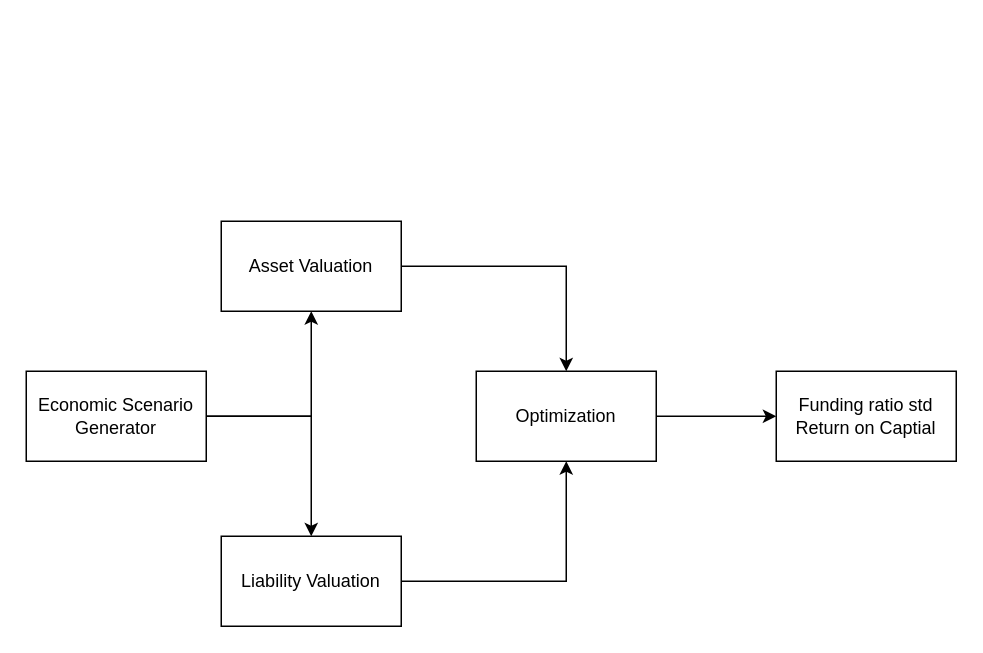
The draw.io diagram ALM_AssetAllocation.drawio in cshen28/reinforcement-learning-an-introduction, before the edit. Source tidied: cells renumbered, new cells numbered last; positions are measured from the earlier drawing's top-left corner, leaving out a move shared by most shapes. Both pictures are drawn from the tidied source at 150%, with x=0, y=0 at pixel (26, 220).
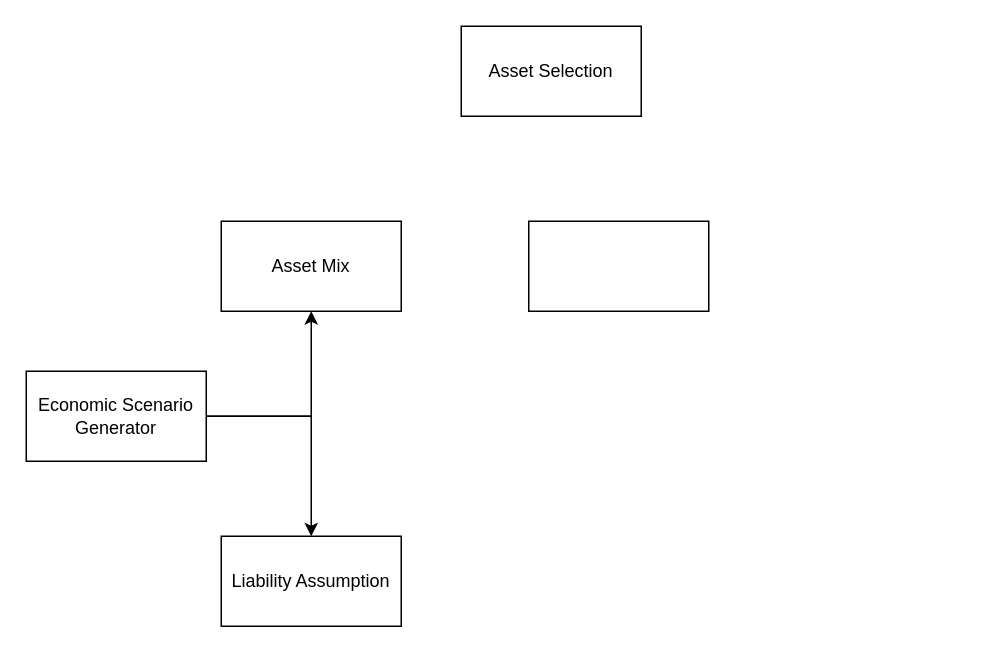
The same page after the edit.

What changed in the source:
```diff
@@
 <mxGraphModel>
   <root>
     <mxCell id="0" />
     <mxCell id="1" parent="0" />
     <mxCell id="2" style="edgeStyle=orthogonalEdgeStyle;rounded=0;jettySize=auto;html=1;" parent="1" edge="1" source="4" target="8">
       <mxGeometry relative="1" as="geometry" />
     </mxCell>
     <mxCell id="3" style="edgeStyle=orthogonalEdgeStyle;rounded=0;jettySize=auto;html=1;" parent="1" edge="1" source="4" target="6">
       <mxGeometry relative="1" as="geometry" />
     </mxCell>
     <mxCell id="4" value="Economic Scenario Generator" style="rounded=0;whiteSpace=wrap;html=1;" parent="1" vertex="1">
       <mxGeometry y="100" width="120" height="60" as="geometry" />
     </mxCell>
-    <mxCell id="5" style="edgeStyle=orthogonalEdgeStyle;rounded=0;jettySize=auto;html=1;entryX=0.5;entryY=1;entryDx=0;entryDy=0;" parent="1" edge="1" source="6" target="10">
-      <mxGeometry relative="1" as="geometry" />
-    </mxCell>
-    <mxCell id="6" value="Liability Valuation" style="rounded=0;whiteSpace=wrap;html=1;" parent="1" vertex="1">
+    <mxCell id="6" value="Liability Assumption" style="rounded=0;whiteSpace=wrap;html=1;" parent="1" vertex="1">
       <mxGeometry x="130" y="210" width="120" height="60" as="geometry" />
     </mxCell>
-    <mxCell id="7" style="edgeStyle=orthogonalEdgeStyle;rounded=0;jettySize=auto;html=1;" parent="1" edge="1" source="8" target="10">
-      <mxGeometry relative="1" as="geometry" />
-    </mxCell>
-    <mxCell id="8" value="Asset Valuation" style="rounded=0;whiteSpace=wrap;html=1;" parent="1" vertex="1">
+    <mxCell id="8" value="Asset Mix" style="rounded=0;whiteSpace=wrap;html=1;" parent="1" vertex="1">
       <mxGeometry x="130" width="120" height="60" as="geometry" />
     </mxCell>
-    <mxCell id="9" style="edgeStyle=orthogonalEdgeStyle;rounded=0;jettySize=auto;html=1;" parent="1" edge="1" source="10" target="11">
-      <mxGeometry relative="1" as="geometry" />
-    </mxCell>
-    <mxCell id="10" value="Optimization" style="rounded=0;whiteSpace=wrap;html=1;" parent="1" vertex="1">
-      <mxGeometry x="300" y="100" width="120" height="60" as="geometry" />
-    </mxCell>
-    <mxCell id="11" value="Funding ratio std&lt;br&gt;Return on Captial" style="rounded=0;whiteSpace=wrap;html=1;" parent="1" vertex="1">
-      <mxGeometry x="500" y="100" width="120" height="60" as="geometry" />
-    </mxCell>
+    <mxCell id="12" value="Asset Selection" style="rounded=0;whiteSpace=wrap;html=1;" parent="1" vertex="1">
+      <mxGeometry x="290" y="-130" width="120" height="60" as="geometry" />
+    </mxCell>
+    <mxCell id="13" style="rounded=0;whiteSpace=wrap;html=1;" parent="1" vertex="1">
+      <mxGeometry x="335" width="120" height="60" as="geometry" />
+    </mxCell>
   </root>
 </mxGraphModel>
```
